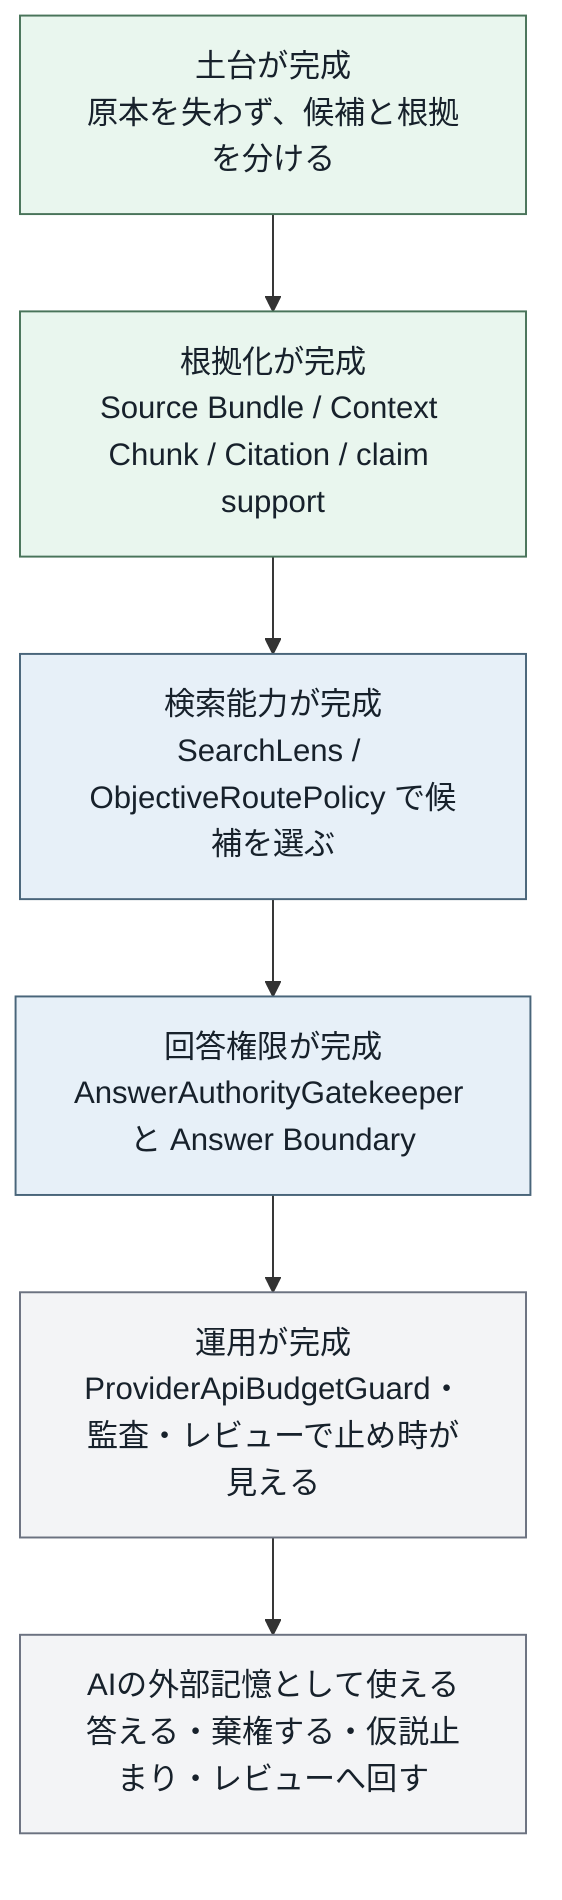
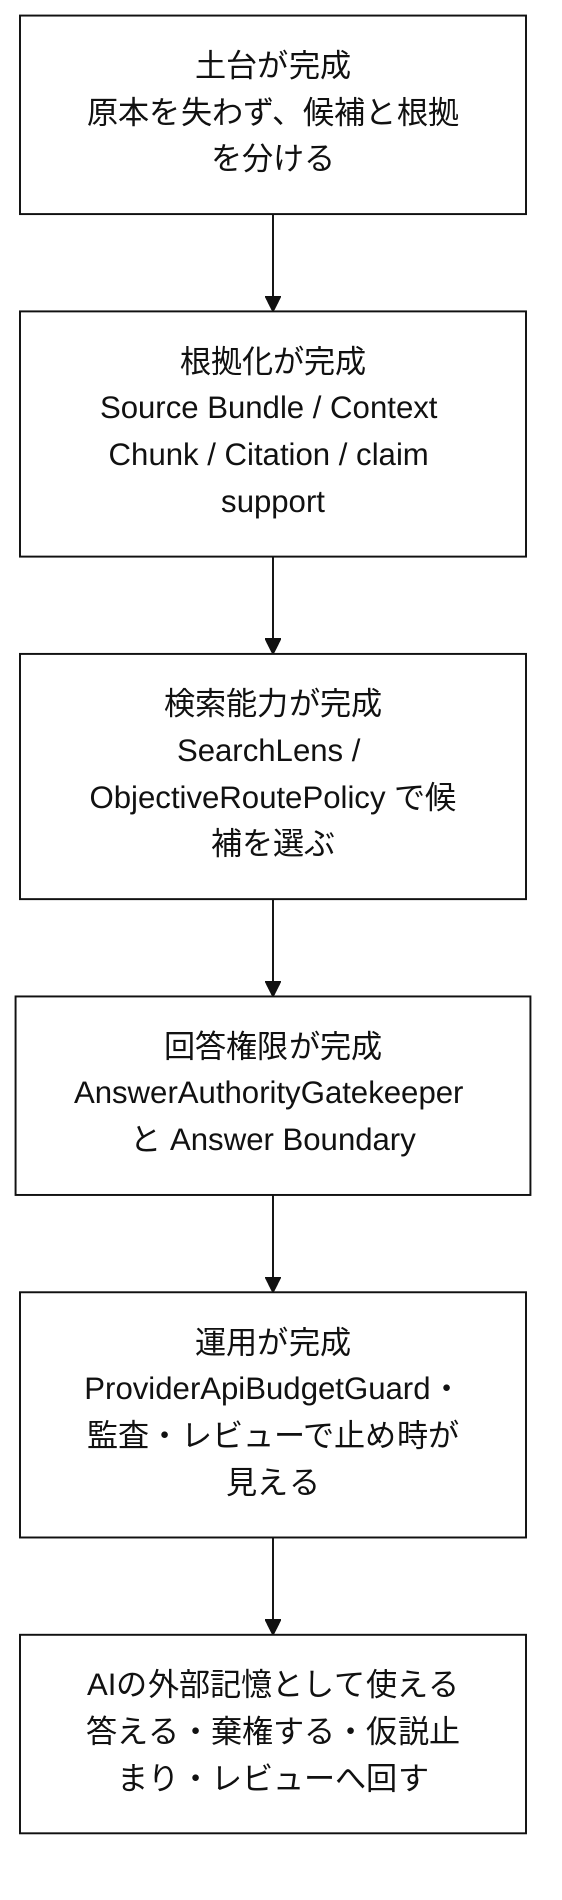
+ %%{init: {"theme":"base","themeVariables":{"background":"#ffffff","primaryColor":"#ffffff","primaryBorderColor":"#111111","primaryTextColor":"#111111","secondaryColor":"#ffffff","secondaryBorderColor":"#111111","secondaryTextColor":"#111111","tertiaryColor":"#ffffff","tertiaryBorderColor":"#111111","tertiaryTextColor":"#111111","lineColor":"#111111","textColor":"#111111","mainBkg":"#ffffff","secondBkg":"#ffffff","actorBkg":"#ffffff","actorBorder":"#111111","actorTextColor":"#111111","activationBkgColor":"#ffffff","activationBorderColor":"#111111","noteBkgColor":"#ffffff","noteBorderColor":"#111111","labelBoxBkgColor":"#ffffff","labelBoxBorderColor":"#111111","signalColor":"#111111","signalTextColor":"#111111","loopTextColor":"#111111"}}}%%
flowchart TB
  %% 完成形のWBS / ロードマップ図: 完了時に主経路がどこまで成熟しているかを見る

-   classDef foundation fill:#e9f6ee,stroke:#49745a,color:#17212b
-   classDef capability fill:#e7f0f8,stroke:#49657a,color:#17212b
-   classDef operate fill:#f3f4f6,stroke:#6b7280,color:#17212b
+   classDef foundation fill:#ffffff,stroke:#111111,color:#111111
+   classDef capability fill:#ffffff,stroke:#111111,color:#111111
+   classDef operate fill:#ffffff,stroke:#111111,color:#111111

  foundation["土台が完成<br/>原本を失わず、候補と根拠を分ける"]:::foundation
  evidence["根拠化が完成<br/>Source Bundle / Context Chunk / Citation / claim support"]:::foundation
  retrieval["検索能力が完成<br/>SearchLens / ObjectiveRoutePolicy で候補を選ぶ"]:::capability
  quality["回答権限が完成<br/>AnswerAuthorityGatekeeper と Answer Boundary"]:::capability
  operation["運用が完成<br/>ProviderApiBudgetGuard・監査・レビューで止め時が見える"]:::operate
  memory["AIの外部記憶として使える<br/>答える・棄権する・仮説止まり・レビューへ回す"]:::operate

  foundation --> evidence --> retrieval --> quality --> operation --> memory
